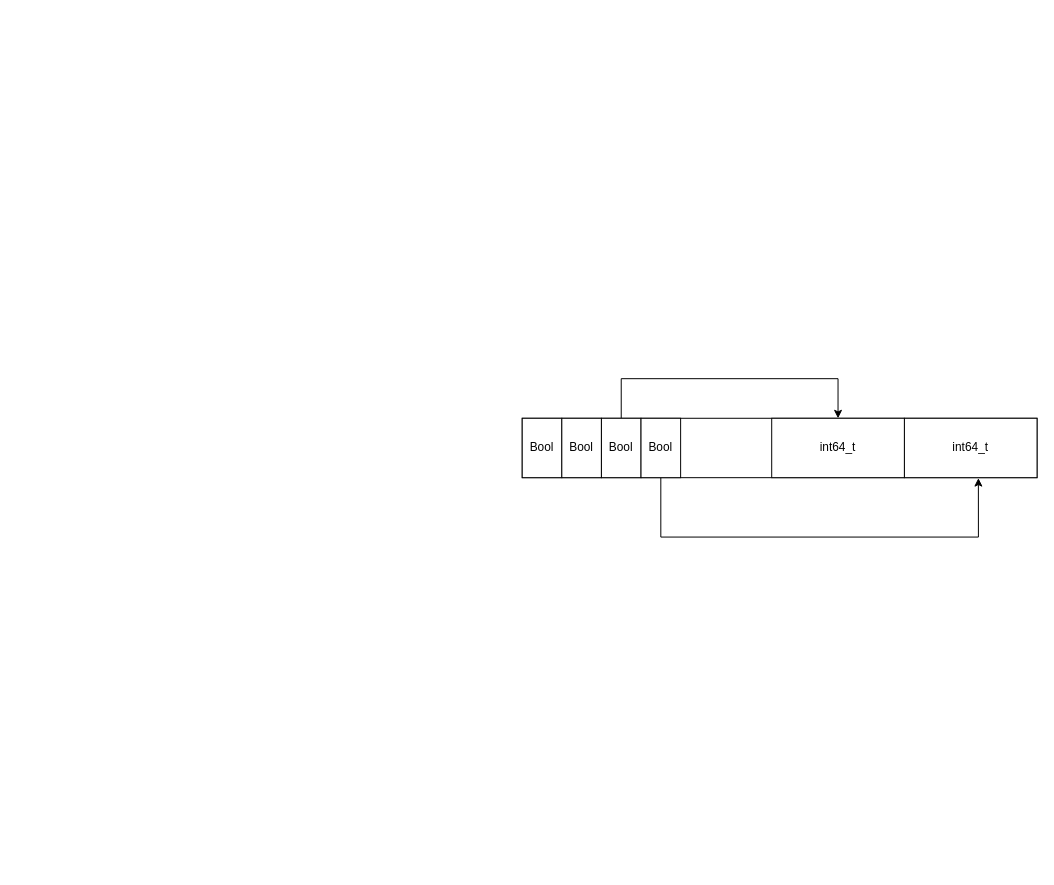
Above: 未命名绘图.drawio in LamForest/draw.io (draw.io), before the change. Source tidied: cells renumbered, new cells numbered last; positions are measured from the earlier drawing's top-left corner, leaving out a move shared by most shapes. Both pictures are drawn from the tidied source at 99%, with x=0, y=0 at pixel (522, 378).
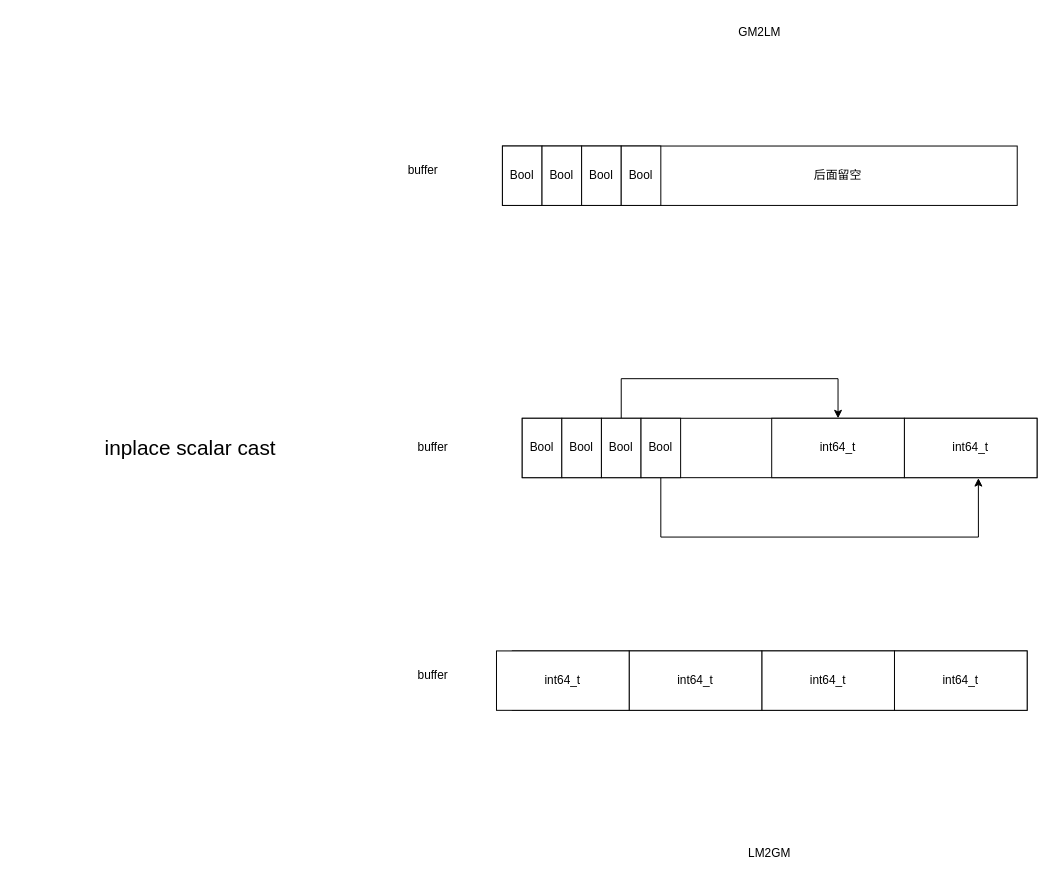
After the change.

Commit message:
更新未命名绘图.drawio

Diff of the diagram source:
```diff
@@
+    <mxCell id="11" value="inplace scalar cast" style="text;html=1;align=center;verticalAlign=middle;whiteSpace=wrap;rounded=0;fontSize=21;" parent="1" vertex="1">
+      <mxGeometry x="-510" y="50" width="350" height="40" as="geometry" />
+    </mxCell>
+    <mxCell id="12" value="buffer" style="text;html=1;align=center;verticalAlign=middle;whiteSpace=wrap;rounded=0;" parent="1" vertex="1">
+      <mxGeometry x="-120" y="55" width="60" height="30" as="geometry" />
+    </mxCell>
+    <mxCell id="13" style="rounded=0;whiteSpace=wrap;html=1;" parent="1" vertex="1">
+      <mxGeometry x="-20" y="-235" width="520" height="60" as="geometry" />
+    </mxCell>
+    <mxCell id="14" value="GM2LM" style="text;html=1;align=center;verticalAlign=middle;whiteSpace=wrap;rounded=0;" parent="1" vertex="1">
+      <mxGeometry x="210" y="-365" width="60" height="30" as="geometry" />
+    </mxCell>
+    <mxCell id="15" style="edgeStyle=orthogonalEdgeStyle;rounded=0;orthogonalLoop=1;jettySize=auto;html=1;exitX=0.5;exitY=1;exitDx=0;exitDy=0;" parent="1" edge="1" source="12" target="12">
+      <mxGeometry relative="1" as="geometry" />
+    </mxCell>
+    <mxCell id="16" style="edgeStyle=orthogonalEdgeStyle;rounded=0;orthogonalLoop=1;jettySize=auto;html=1;exitX=0.5;exitY=1;exitDx=0;exitDy=0;" parent="1" edge="1">
+      <mxGeometry relative="1" as="geometry">
+        <mxPoint x="-80" y="95" as="sourcePoint" />
+        <mxPoint x="-80" y="95" as="targetPoint" />
+      </mxGeometry>
+    </mxCell>
+    <mxCell id="17" value="buffer" style="text;html=1;align=center;verticalAlign=middle;whiteSpace=wrap;rounded=0;" parent="1" vertex="1">
+      <mxGeometry x="-130" y="-225" width="60" height="30" as="geometry" />
+    </mxCell>
+    <mxCell id="18" value="Bool" style="rounded=0;whiteSpace=wrap;html=1;" parent="1" vertex="1">
+      <mxGeometry x="-20" y="-235" width="40" height="60" as="geometry" />
+    </mxCell>
+    <mxCell id="19" value="Bool" style="rounded=0;whiteSpace=wrap;html=1;" parent="1" vertex="1">
+      <mxGeometry x="20" y="-235" width="40" height="60" as="geometry" />
+    </mxCell>
+    <mxCell id="20" value="Bool" style="rounded=0;whiteSpace=wrap;html=1;" parent="1" vertex="1">
+      <mxGeometry x="60" y="-235" width="40" height="60" as="geometry" />
+    </mxCell>
+    <mxCell id="21" value="Bool" style="rounded=0;whiteSpace=wrap;html=1;" parent="1" vertex="1">
+      <mxGeometry x="100" y="-235" width="40" height="60" as="geometry" />
+    </mxCell>
+    <mxCell id="22" value="后面留空" style="text;html=1;align=center;verticalAlign=middle;whiteSpace=wrap;rounded=0;" parent="1" vertex="1">
+      <mxGeometry x="289" y="-220" width="60" height="30" as="geometry" />
+    </mxCell>
+    <mxCell id="23" style="rounded=0;whiteSpace=wrap;html=1;" parent="1" vertex="1">
+      <mxGeometry x="-10" y="275" width="520" height="60" as="geometry" />
+    </mxCell>
+    <mxCell id="24" value="buffer" style="text;html=1;align=center;verticalAlign=middle;whiteSpace=wrap;rounded=0;" parent="1" vertex="1">
+      <mxGeometry x="-120" y="285" width="60" height="30" as="geometry" />
+    </mxCell>
+    <mxCell id="25" value="int64_t" style="rounded=0;whiteSpace=wrap;html=1;" parent="1" vertex="1">
+      <mxGeometry x="376" y="275" width="134" height="60" as="geometry" />
+    </mxCell>
+    <mxCell id="26" value="int64_t" style="rounded=0;whiteSpace=wrap;html=1;" parent="1" vertex="1">
+      <mxGeometry x="242" y="275" width="134" height="60" as="geometry" />
+    </mxCell>
+    <mxCell id="27" value="int64_t" style="rounded=0;whiteSpace=wrap;html=1;" parent="1" vertex="1">
+      <mxGeometry x="108" y="275" width="134" height="60" as="geometry" />
+    </mxCell>
+    <mxCell id="28" value="int64_t" style="rounded=0;whiteSpace=wrap;html=1;" parent="1" vertex="1">
+      <mxGeometry x="-26" y="275" width="134" height="60" as="geometry" />
+    </mxCell>
+    <mxCell id="29" value="LM2GM" style="text;html=1;align=center;verticalAlign=middle;whiteSpace=wrap;rounded=0;" parent="1" vertex="1">
+      <mxGeometry x="220" y="465" width="60" height="30" as="geometry" />
+    </mxCell>
```
